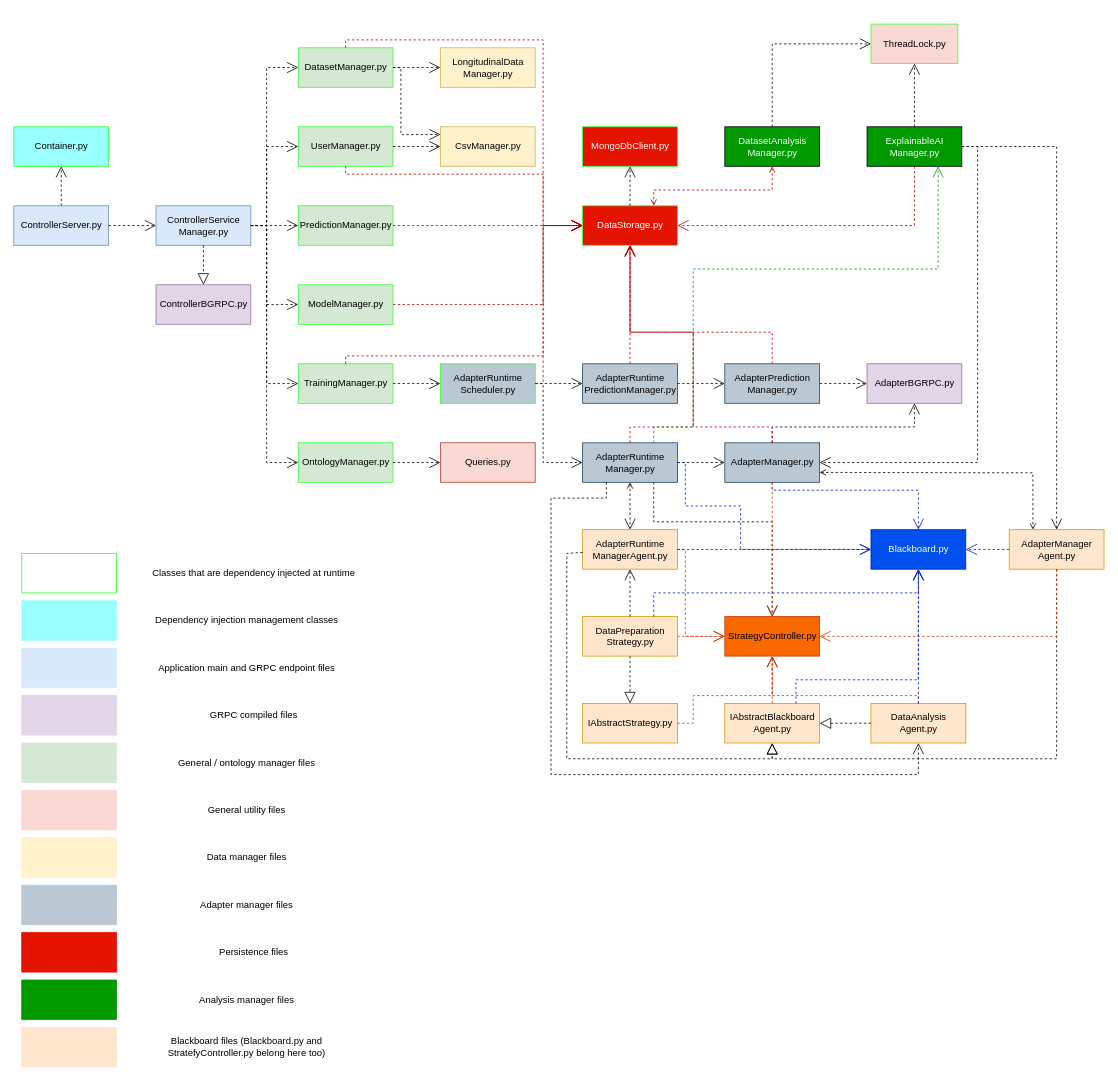
Above: docs/draw.io/controller file structure.drawio in hochschule-darmstadt/MetaAutoML (draw.io), before the change. Source tidied: cells renumbered, new cells numbered last; positions are measured from the earlier drawing's top-left corner, leaving out a move shared by most shapes. Both pictures are drawn from the tidied source at 79%, with x=0, y=0 at pixel (13, 24).
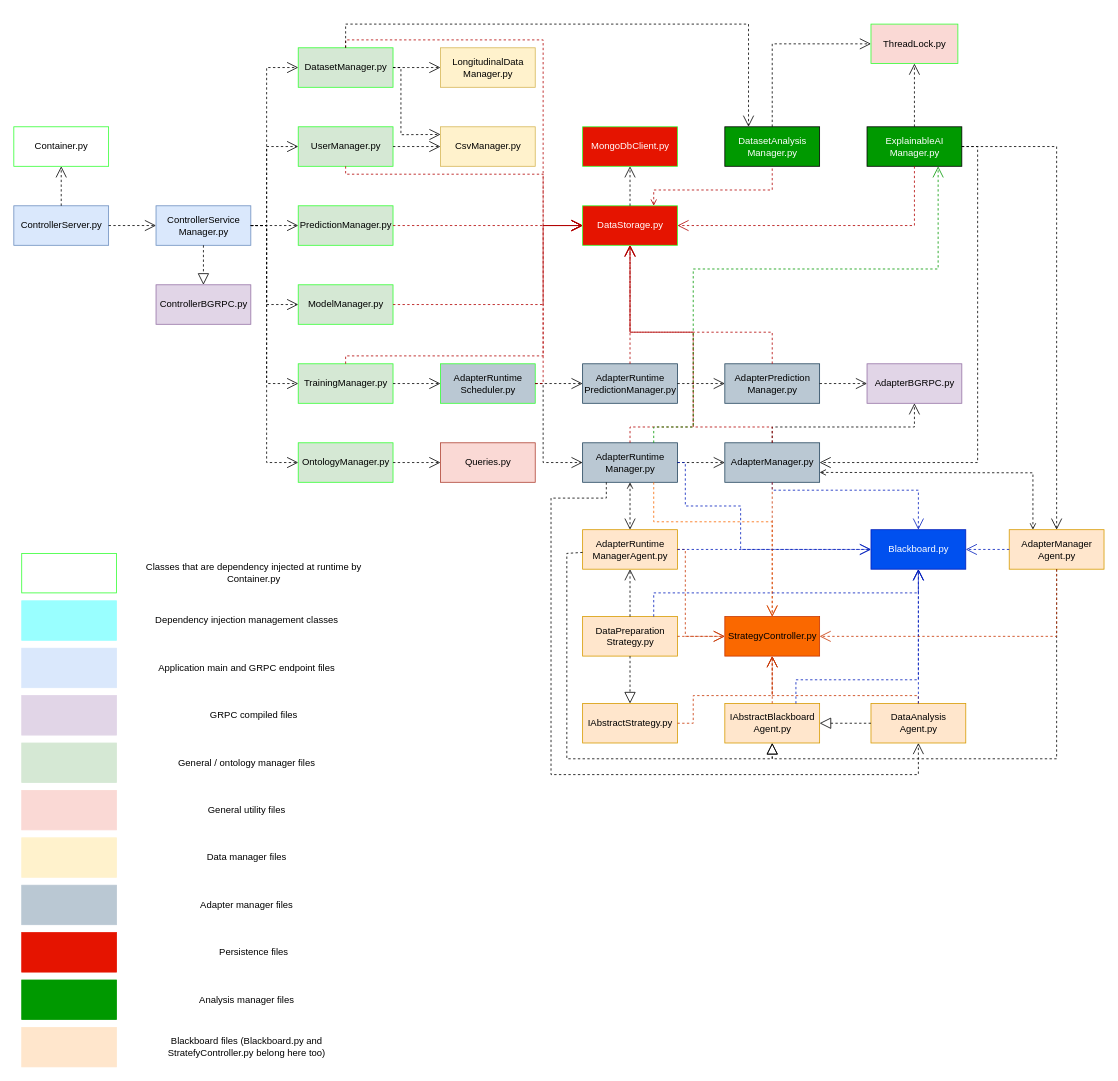
Above is the later version.

The change refers to these unchanged cells:
```xml
<mxCell id="10" value="DatasetManager.py" style="html=1;fillColor=#d5e8d4;strokeColor=#33FF33;" parent="1" vertex="1">
  <mxGeometry x="360" y="30" width="120" height="50" as="geometry" />
</mxCell>
<mxCell id="20" value="DataStorage.py" style="html=1;fillColor=#e51400;strokeColor=#33FF33;fontColor=#ffffff;" parent="1" vertex="1">
  <mxGeometry x="720" y="230" width="120" height="50" as="geometry" />
</mxCell>
<mxCell id="38" value="DatasetAnalysis&lt;br&gt;Manager.py" style="html=1;fillColor=#009900;fontColor=#FFFFFF;" parent="1" vertex="1">
  <mxGeometry x="900" y="130" width="120" height="50" as="geometry" />
</mxCell>
<mxCell id="42" value="AdapterManager.py" style="html=1;fillColor=#bac8d3;strokeColor=#23445d;" parent="1" vertex="1">
  <mxGeometry x="900" y="530" width="120" height="50" as="geometry" />
</mxCell>
<mxCell id="49" value="StrategyController.py" style="html=1;fillColor=#fa6800;strokeColor=#C73500;fontColor=#000000;" parent="1" vertex="1">
  <mxGeometry x="900" y="750" width="120" height="50" as="geometry" />
</mxCell>
<mxCell id="55" value="AdapterManager&lt;br&gt;Agent.py" style="html=1;fillColor=#ffe6cc;strokeColor=#d79b00;" parent="1" vertex="1">
  <mxGeometry x="1260" y="640" width="120" height="50" as="geometry" />
</mxCell>
```

What changed in the source:
```diff
@@
-    <mxCell id="5" value="Container.py" style="html=1;fillColor=#99FFFF;strokeColor=#33FF33;" parent="1" vertex="1">
+    <mxCell id="5" value="Container.py" style="html=1;fillColor=#FFFFFF;strokeColor=#33FF33;" parent="1" vertex="1">
       <mxGeometry y="130" width="120" height="50" as="geometry" />
     </mxCell>
@@
-    <mxCell id="39" style="endArrow=open;dashed=1;html=1;rounded=0;startArrow=open;startFill=0;exitX=0.75;exitY=0;exitDx=0;exitDy=0;fillColor=#e51400;strokeColor=#B20000;" parent="1" edge="1" source="20" target="38">
+    <mxCell id="39" style="endArrow=none;dashed=1;html=1;rounded=0;startArrow=open;startFill=0;exitX=0.75;exitY=0;exitDx=0;exitDy=0;fillColor=#e51400;strokeColor=#B20000;endFill=0;" parent="1" edge="1" source="20" target="38">
       <mxGeometry relative="1" as="geometry">
         <Array as="points">
           <mxPoint x="810" y="210" />
           <mxPoint x="960" y="210" />
         </Array>
       </mxGeometry>
     </mxCell>
@@
-    <mxCell id="78" style="endArrow=open;endSize=12;dashed=1;html=1;rounded=0;" parent="1" edge="1" target="49">
+    <mxCell id="78" style="endArrow=open;endSize=12;dashed=1;html=1;rounded=0;strokeColor=#FA6800;" parent="1" edge="1" target="49">
       <mxGeometry relative="1" as="geometry">
         <mxPoint x="810" y="580" as="sourcePoint" />
         <Array as="points">
           <mxPoint x="810" y="630" />
           <mxPoint x="960" y="630" />
         </Array>
       </mxGeometry>
     </mxCell>
@@
-    <mxCell id="81" style="endArrow=open;endSize=6;dashed=1;html=1;rounded=0;startArrow=open;startFill=0;exitX=1;exitY=0.75;exitDx=0;exitDy=0;entryX=0.25;entryY=0;entryDx=0;entryDy=0;" parent="1" edge="1" source="42" target="55">
+    <mxCell id="81" style="endArrow=open;endSize=6;dashed=1;html=1;rounded=0;startArrow=open;startFill=0;exitX=1;exitY=0.75;exitDx=0;exitDy=0;entryX=0.25;entryY=0;entryDx=0;entryDy=0;endFill=0;" parent="1" edge="1" source="42" target="55">
       <mxGeometry relative="1" as="geometry">
         <Array as="points">
           <mxPoint x="1290" y="568" />
         </Array>
       </mxGeometry>
     </mxCell>
@@
-    <mxCell id="100" value="Classes that are dependency injected at runtime" style="text;html=1;strokeColor=none;fillColor=none;align=center;verticalAlign=middle;whiteSpace=wrap;rounded=0;" parent="1" vertex="1">
+    <mxCell id="100" value="Classes that are dependency injected at runtime by Container.py" style="text;html=1;strokeColor=none;fillColor=none;align=center;verticalAlign=middle;whiteSpace=wrap;rounded=0;" parent="1" vertex="1">
       <mxGeometry x="159" y="680" width="290" height="30" as="geometry" />
     </mxCell>
@@
+    <mxCell id="117" style="endArrow=open;endSize=12;dashed=1;html=1;rounded=0;entryX=0.25;entryY=0;entryDx=0;entryDy=0;" parent="1" edge="1" source="10" target="38">
+      <mxGeometry relative="1" as="geometry">
+        <Array as="points">
+          <mxPoint x="420" />
+          <mxPoint x="930" />
+        </Array>
+      </mxGeometry>
+    </mxCell>
```
